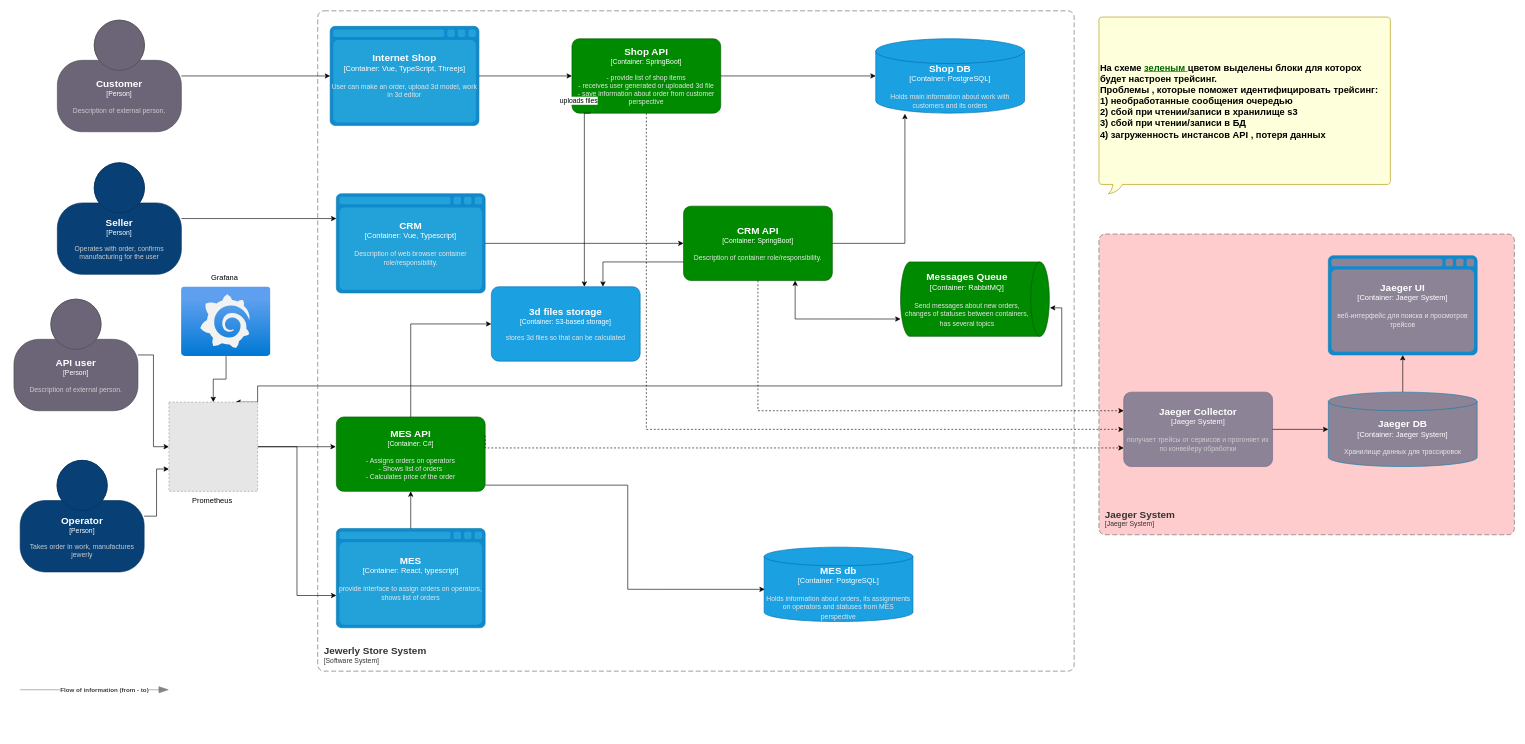
Earlier version of the draw.io diagram architecture-sprint-4-main/Exc4/jewerly_c4_model.drawio (OksanaBazDev/Architecture). Source tidied: cells renumbered, new cells numbered last; positions are measured from the earlier drawing's top-left corner, leaving out a move shared by most shapes. Both pictures are drawn from the tidied source at 62%, with x=0, y=0 at pixel (14, 11). Pictures stored in the file or linked from it are replaced by grey dashed boxes.
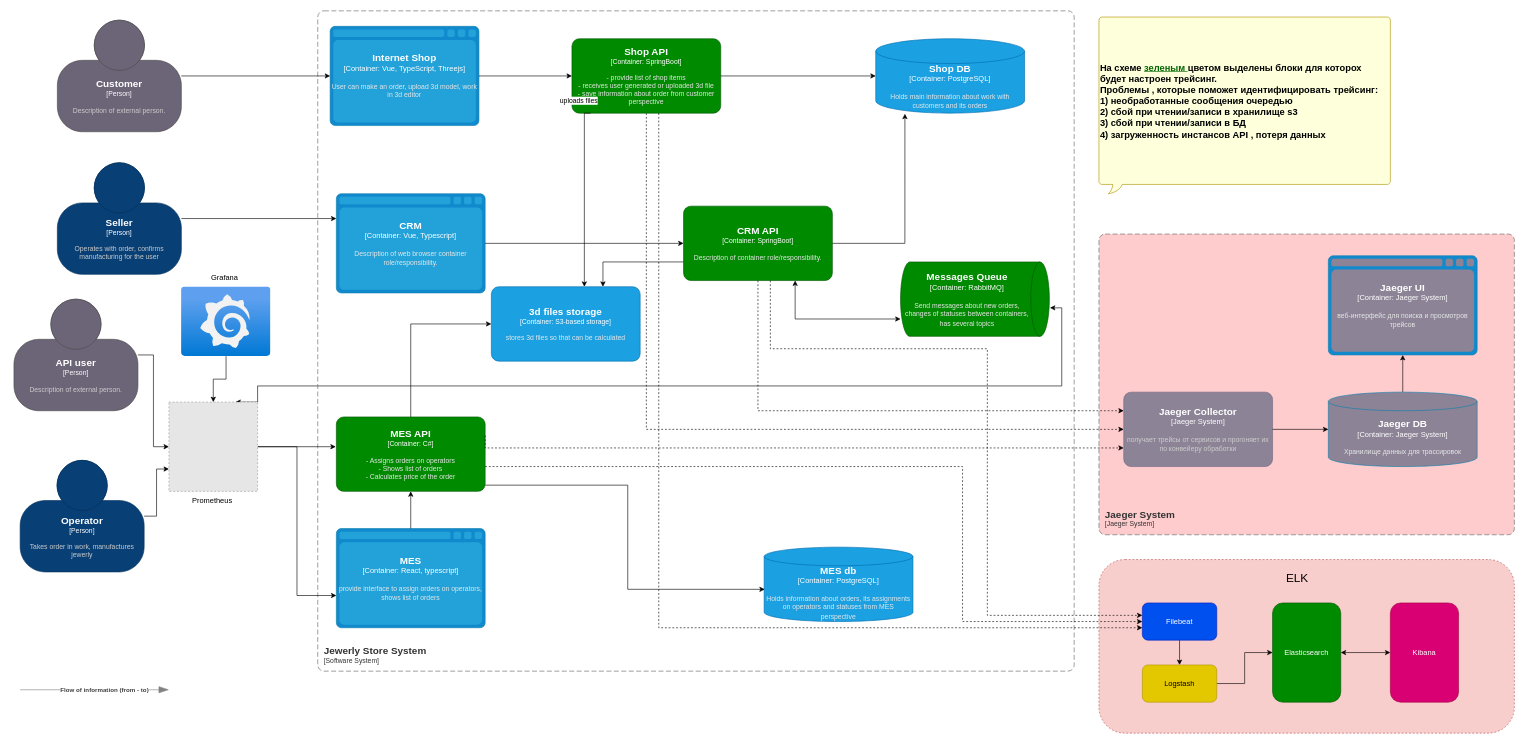
Above is the later version.

Commit message:
правка схемы в 4 задании

The change refers to these unchanged cells:
```xml
<object id="3" label="&lt;font style=&quot;font-size: 16px&quot;&gt;&lt;b&gt;%c4Name%&lt;/b&gt;&lt;/font&gt;&lt;div&gt;[%c4Type%: %c4Technology%]&lt;/div&gt;&lt;br&gt;&lt;div&gt;&lt;font style=&quot;font-size: 11px&quot;&gt;&lt;font color=&quot;#E6E6E6&quot;&gt;%c4Description%&lt;/font&gt;&lt;/div&gt;" c4Description="- Assigns orders on operators&#10;- Shows list of orders&#10;- Calculates price of the order" c4Name="MES API" c4Technology="C#" c4Type="Container" placeholders="1">
  <mxCell style="rounded=1;whiteSpace=wrap;html=1;fontSize=11;labelBackgroundColor=none;fillColor=#008a00;align=center;arcSize=10;strokeColor=#005700;points=[[0.25,0,0],[0.5,0,0],[0.75,0,0],[1,0.25,0],[1,0.5,0],[1,0.75,0],[0.75,1,0],[0.5,1,0],[0.25,1,0],[0,0.75,0],[0,0.5,0],[0,0.25,0]];fontColor=#ffffff;" parent="1" vertex="1">
    <mxGeometry x="520" y="655" width="240" height="120" as="geometry" />
  </mxCell>
</object>
<object id="12" label="&lt;font style=&quot;font-size: 16px&quot;&gt;&lt;b&gt;%c4Name%&lt;/b&gt;&lt;/font&gt;&lt;div&gt;[%c4Type%: %c4Technology%]&lt;/div&gt;&lt;br&gt;&lt;div&gt;&lt;font style=&quot;font-size: 11px&quot;&gt;&lt;font color=&quot;#E6E6E6&quot;&gt;%c4Description%&lt;/font&gt;&lt;/div&gt;" c4Description="- provide list of shop items&#10;- receives user generated or uploaded 3d file&#10;- save information about order from customer perspective&#10;" c4Name="Shop API" c4Technology="SpringBoot" c4Type="Container" placeholders="1">
  <mxCell style="rounded=1;whiteSpace=wrap;html=1;fontSize=11;labelBackgroundColor=none;fillColor=#008a00;align=center;arcSize=10;strokeColor=#005700;points=[[0.25,0,0],[0.5,0,0],[0.75,0,0],[1,0.25,0],[1,0.5,0],[1,0.75,0],[0.75,1,0],[0.5,1,0],[0.25,1,0],[0,0.75,0],[0,0.5,0],[0,0.25,0]];fontColor=#ffffff;" parent="1" vertex="1">
    <mxGeometry x="900" y="45" width="240" height="120" as="geometry" />
  </mxCell>
</object>
<object id="14" label="&lt;font style=&quot;font-size: 16px&quot;&gt;&lt;b&gt;%c4Name%&lt;/b&gt;&lt;/font&gt;&lt;div&gt;[%c4Type%: %c4Technology%]&lt;/div&gt;&lt;br&gt;&lt;div&gt;&lt;font style=&quot;font-size: 11px&quot;&gt;&lt;font color=&quot;#E6E6E6&quot;&gt;%c4Description%&lt;/font&gt;&lt;/div&gt;" c4Description="Description of container role/responsibility." c4Name="CRM API" c4Technology="SpringBoot" c4Type="Container" placeholders="1">
  <mxCell style="rounded=1;whiteSpace=wrap;html=1;fontSize=11;labelBackgroundColor=none;fillColor=#008a00;align=center;arcSize=10;strokeColor=#005700;points=[[0.25,0,0],[0.5,0,0],[0.75,0,0],[1,0.25,0],[1,0.5,0],[1,0.75,0],[0.75,1,0],[0.5,1,0],[0.25,1,0],[0,0.75,0],[0,0.5,0],[0,0.25,0]];fontColor=#ffffff;" parent="1" vertex="1">
    <mxGeometry x="1080" y="315" width="240" height="120" as="geometry" />
  </mxCell>
</object>
```

Diff of the diagram source:
```diff
@@
+    <mxCell id="51" style="rounded=1;whiteSpace=wrap;html=1;dashed=1;fillColor=#f8cecc;strokeColor=#b85450;" parent="1" vertex="1">
+      <mxGeometry x="1750" y="885" width="670" height="280" as="geometry" />
+    </mxCell>
+    <mxCell id="52" style="edgeStyle=orthogonalEdgeStyle;rounded=0;jettySize=auto;html=1;" parent="1" edge="1" source="53" target="55">
+      <mxGeometry relative="1" as="geometry" />
+    </mxCell>
+    <mxCell id="53" value="Filebeat" style="rounded=1;whiteSpace=wrap;html=1;fillColor=#0050ef;fontColor=#ffffff;strokeColor=#001DBC;" parent="1" vertex="1">
+      <mxGeometry x="1820" y="955" width="120" height="60" as="geometry" />
+    </mxCell>
+    <mxCell id="54" style="edgeStyle=orthogonalEdgeStyle;rounded=0;jettySize=auto;html=1;" parent="1" edge="1" source="55" target="57">
+      <mxGeometry relative="1" as="geometry" />
+    </mxCell>
+    <mxCell id="55" value="Logstash" style="rounded=1;whiteSpace=wrap;html=1;fillColor=#e3c800;fontColor=#000000;strokeColor=#B09500;" parent="1" vertex="1">
+      <mxGeometry x="1820" y="1055" width="120" height="60" as="geometry" />
+    </mxCell>
+    <mxCell id="56" style="edgeStyle=orthogonalEdgeStyle;rounded=0;jettySize=auto;html=1;startArrow=classic;startFill=1;" parent="1" edge="1" source="57" target="58">
+      <mxGeometry relative="1" as="geometry" />
+    </mxCell>
+    <mxCell id="57" value="Elasticsearch" style="rounded=1;whiteSpace=wrap;html=1;fillColor=#008a00;fontColor=#ffffff;strokeColor=#005700;" parent="1" vertex="1">
+      <mxGeometry x="2030" y="955" width="110" height="160" as="geometry" />
+    </mxCell>
+    <mxCell id="58" value="Kibana" style="rounded=1;whiteSpace=wrap;html=1;fillColor=#d80073;fontColor=#ffffff;strokeColor=#A50040;" parent="1" vertex="1">
+      <mxGeometry x="2220" y="955" width="110" height="160" as="geometry" />
+    </mxCell>
+    <mxCell id="59" value="ELK" style="text;html=1;align=center;verticalAlign=middle;whiteSpace=wrap;rounded=0;fontSize=19;" parent="1" vertex="1">
+      <mxGeometry x="2040" y="900" width="60" height="30" as="geometry" />
+    </mxCell>
+    <mxCell id="60" style="edgeStyle=orthogonalEdgeStyle;rounded=0;jettySize=auto;html=1;dashed=1;" parent="1" edge="1" source="14" target="53">
+      <mxGeometry relative="1" as="geometry">
+        <Array as="points">
+          <mxPoint x="1220" y="545" />
+          <mxPoint x="1570" y="545" />
+          <mxPoint x="1570" y="975" />
+        </Array>
+      </mxGeometry>
+    </mxCell>
+    <mxCell id="61" style="edgeStyle=orthogonalEdgeStyle;rounded=0;jettySize=auto;html=1;dashed=1;" parent="1" edge="1" source="3">
+      <mxGeometry relative="1" as="geometry">
+        <mxPoint x="1820" y="985" as="targetPoint" />
+        <Array as="points">
+          <mxPoint x="1530" y="735" />
+          <mxPoint x="1530" y="985" />
+          <mxPoint x="1820" y="985" />
+        </Array>
+      </mxGeometry>
+    </mxCell>
+    <mxCell id="62" style="edgeStyle=orthogonalEdgeStyle;rounded=0;jettySize=auto;html=1;dashed=1;" parent="1" edge="1" source="12">
+      <mxGeometry relative="1" as="geometry">
+        <mxPoint x="1820" y="995" as="targetPoint" />
+        <Array as="points">
+          <mxPoint x="1040" y="995" />
+        </Array>
+      </mxGeometry>
+    </mxCell>
```
